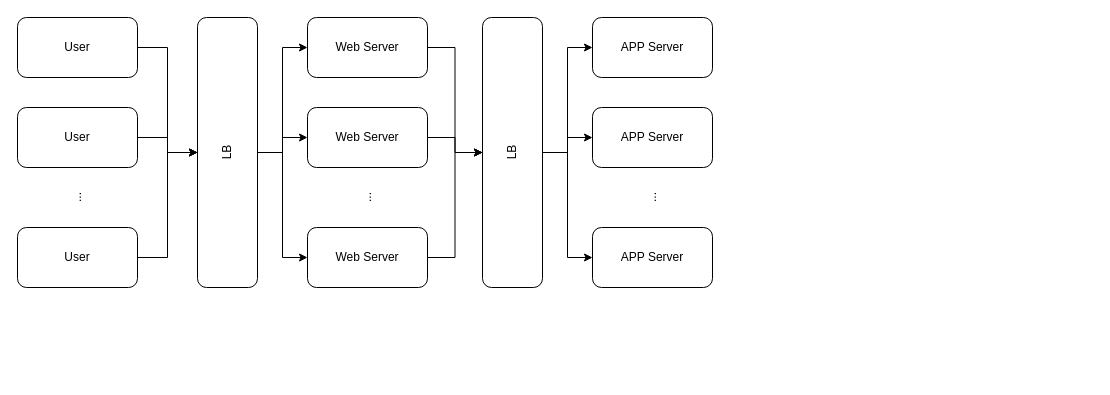
The draw.io diagram Design Twitter Search.drawio in whmou/component-archs, before the edit. Source tidied: cells renumbered, new cells numbered last; positions are measured from the earlier drawing's top-left corner, leaving out a move shared by most shapes. Both pictures are drawn from the tidied source at 100%, with x=0, y=0 at pixel (17, 17).
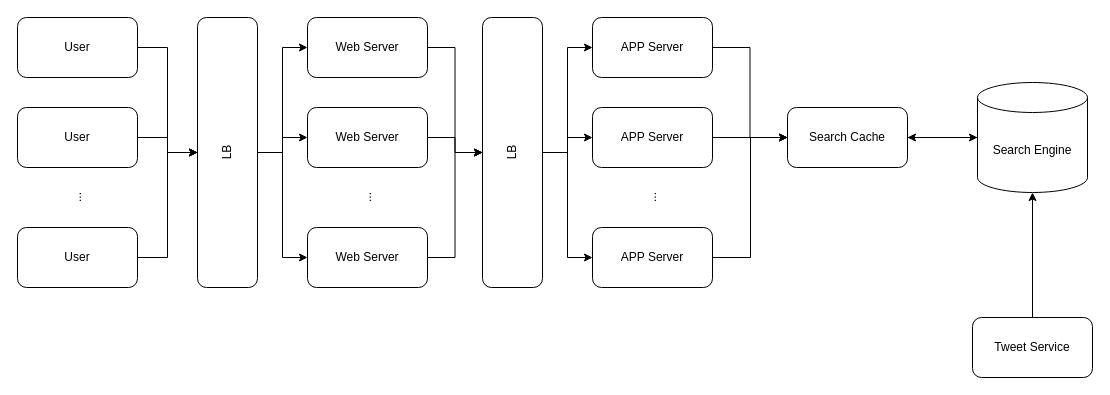
The same page after the edit.

The change refers to these unchanged cells:
```xml
<mxCell id="24" value="APP Server" style="rounded=1;whiteSpace=wrap;html=1;" parent="1" vertex="1">
  <mxGeometry x="575" width="120" height="60" as="geometry" />
</mxCell>
<mxCell id="25" value="APP Server" style="rounded=1;whiteSpace=wrap;html=1;" parent="1" vertex="1">
  <mxGeometry x="575" y="90" width="120" height="60" as="geometry" />
</mxCell>
<mxCell id="26" value="APP Server" style="rounded=1;whiteSpace=wrap;html=1;" parent="1" vertex="1">
  <mxGeometry x="575" y="210" width="120" height="60" as="geometry" />
</mxCell>
```

What changed in the source:
```diff
@@
+    <mxCell id="28" style="edgeStyle=orthogonalEdgeStyle;rounded=0;jettySize=auto;html=1;entryX=0;entryY=0.5;entryDx=0;entryDy=0;" parent="1" edge="1" source="24" target="32">
+      <mxGeometry relative="1" as="geometry" />
+    </mxCell>
@@
+    <mxCell id="29" style="edgeStyle=orthogonalEdgeStyle;rounded=0;jettySize=auto;html=1;" parent="1" edge="1" source="25">
+      <mxGeometry relative="1" as="geometry">
+        <mxPoint x="770" y="120" as="targetPoint" />
+      </mxGeometry>
+    </mxCell>
@@
+    <mxCell id="30" style="edgeStyle=orthogonalEdgeStyle;rounded=0;jettySize=auto;html=1;entryX=0;entryY=0.5;entryDx=0;entryDy=0;" parent="1" edge="1" source="26" target="32">
+      <mxGeometry relative="1" as="geometry">
+        <Array as="points">
+          <mxPoint x="733" y="240" />
+          <mxPoint x="733" y="120" />
+        </Array>
+      </mxGeometry>
+    </mxCell>
@@
+    <mxCell id="31" style="edgeStyle=orthogonalEdgeStyle;rounded=0;jettySize=auto;html=1;entryX=0;entryY=0.5;entryDx=0;entryDy=0;entryPerimeter=0;" parent="1" edge="1" source="32" target="34">
+      <mxGeometry relative="1" as="geometry" />
+    </mxCell>
+    <mxCell id="32" value="Search Cache" style="rounded=1;whiteSpace=wrap;html=1;" parent="1" vertex="1">
+      <mxGeometry x="770" y="90" width="120" height="60" as="geometry" />
+    </mxCell>
+    <mxCell id="33" style="edgeStyle=orthogonalEdgeStyle;rounded=0;jettySize=auto;html=1;entryX=1;entryY=0.5;entryDx=0;entryDy=0;" parent="1" edge="1" source="34" target="32">
+      <mxGeometry relative="1" as="geometry" />
+    </mxCell>
+    <mxCell id="34" value="Search Engine" style="shape=cylinder3;whiteSpace=wrap;html=1;boundedLbl=1;backgroundOutline=1;size=15;" parent="1" vertex="1">
+      <mxGeometry x="960" y="65" width="110" height="110" as="geometry" />
+    </mxCell>
+    <mxCell id="35" style="edgeStyle=orthogonalEdgeStyle;rounded=0;jettySize=auto;html=1;" parent="1" edge="1" source="36" target="34">
+      <mxGeometry relative="1" as="geometry" />
+    </mxCell>
+    <mxCell id="36" value="Tweet Service" style="rounded=1;whiteSpace=wrap;html=1;" parent="1" vertex="1">
+      <mxGeometry x="955" y="300" width="120" height="60" as="geometry" />
+    </mxCell>
```
